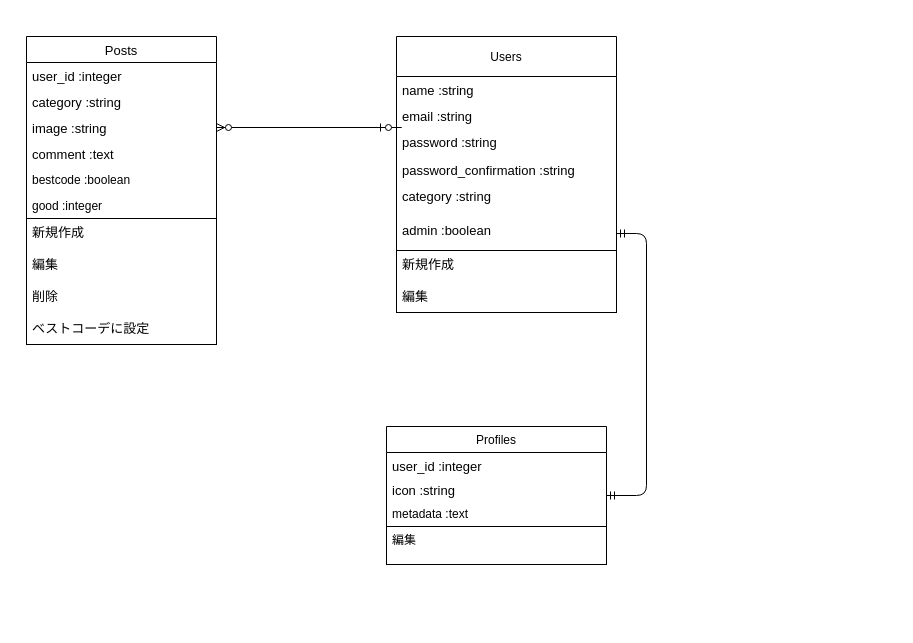
327yuto/fit-wearness keeps this draw.io diagram as class_spec.dio. Above is the earlier version. Source tidied: cells renumbered, new cells numbered last; positions are measured from the earlier drawing's top-left corner, leaving out a move shared by most shapes. Both pictures are drawn from the tidied source at 100%, with x=0, y=0 at pixel (26, 36).
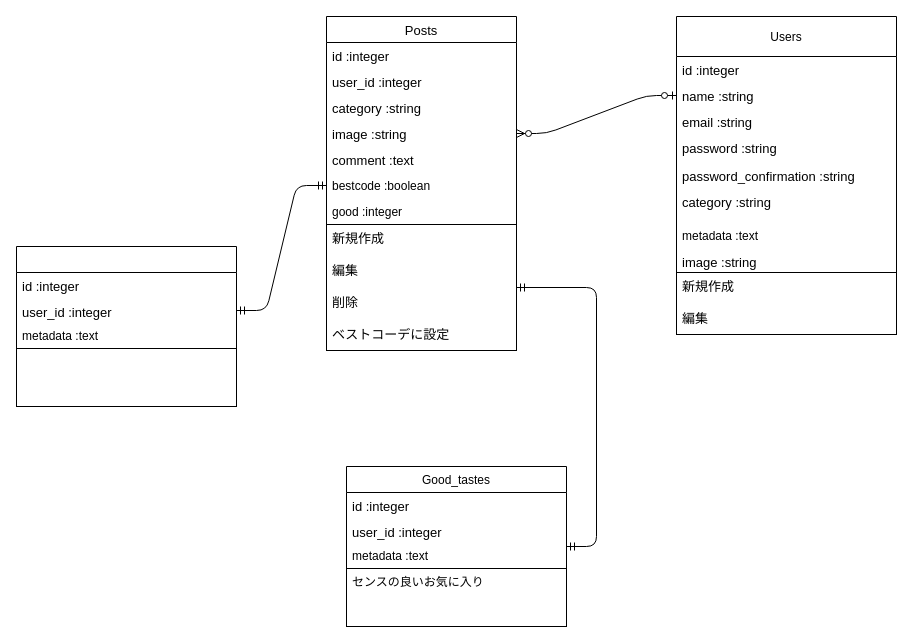
After the change.

Diff of the diagram source:
```diff
@@
     <mxCell id="2" value="Users" style="swimlane;fontStyle=0;horizontal=1;startSize=40;fillColor=none;" parent="1" vertex="1">
-      <mxGeometry x="370" width="220" height="276" as="geometry" />
+      <mxGeometry x="650" y="-20" width="220" height="318" as="geometry" />
     </mxCell>
-    <mxCell id="3" value="name :string &#10;" style="text;strokeColor=none;fillColor=none;align=left;verticalAlign=top;spacingLeft=4;spacingRight=4;overflow=hidden;fontSize=13;" parent="2" vertex="1">
+    <mxCell id="3" value="id :integer" style="text;strokeColor=none;fillColor=none;align=left;verticalAlign=top;spacingLeft=4;spacingRight=4;overflow=hidden;fontSize=13;" parent="2" vertex="1">
       <mxGeometry y="40" width="220" height="26" as="geometry" />
     </mxCell>
+    <mxCell id="25" value="name :string &#10;" style="text;strokeColor=none;fillColor=none;align=left;verticalAlign=top;spacingLeft=4;spacingRight=4;overflow=hidden;points=[[0,0.5],[1,0.5]];portConstraint=eastwest;fontSize=13;" parent="2" vertex="1">
+      <mxGeometry y="66" width="220" height="26" as="geometry" />
+    </mxCell>
     <mxCell id="4" value="email :string" style="text;strokeColor=none;fillColor=none;align=left;verticalAlign=top;spacingLeft=4;spacingRight=4;overflow=hidden;fontSize=13;" parent="2" vertex="1">
-      <mxGeometry y="66" width="220" height="26" as="geometry" />
+      <mxGeometry y="92" width="220" height="26" as="geometry" />
     </mxCell>
     <mxCell id="5" value="password :string" style="text;strokeColor=none;fillColor=none;align=left;verticalAlign=top;spacingLeft=4;spacingRight=4;overflow=hidden;fontSize=13;" parent="2" vertex="1">
-      <mxGeometry y="92" width="220" height="28" as="geometry" />
+      <mxGeometry y="118" width="220" height="28" as="geometry" />
     </mxCell>
     <mxCell id="6" value="password_confirmation :string" style="text;strokeColor=none;fillColor=none;align=left;verticalAlign=top;spacingLeft=4;spacingRight=4;overflow=hidden;fontSize=13;" parent="2" vertex="1">
-      <mxGeometry y="120" width="220" height="26" as="geometry" />
+      <mxGeometry y="146" width="220" height="26" as="geometry" />
     </mxCell>
     <mxCell id="7" value="category :string" style="text;strokeColor=none;fillColor=none;align=left;verticalAlign=top;spacingLeft=4;spacingRight=4;overflow=hidden;fontSize=13;" parent="2" vertex="1">
-      <mxGeometry y="146" width="220" height="34" as="geometry" />
+      <mxGeometry y="172" width="220" height="34" as="geometry" />
     </mxCell>
-    <mxCell id="8" value="admin :boolean" style="text;strokeColor=none;fillColor=none;align=left;verticalAlign=top;spacingLeft=4;spacingRight=4;overflow=hidden;points=[[0,0.5],[1,0.5]];portConstraint=eastwest;fontSize=13;" parent="2" vertex="1">
-      <mxGeometry y="180" width="220" height="34" as="geometry" />
-    </mxCell>
+    <mxCell id="26" value="metadata :text" style="text;strokeColor=none;fillColor=none;align=left;verticalAlign=top;spacingLeft=4;spacingRight=4;overflow=hidden;" parent="2" vertex="1">
+      <mxGeometry y="206" width="220" height="26" as="geometry" />
+    </mxCell>
+    <mxCell id="20" value="image :string" style="text;strokeColor=none;fillColor=none;align=left;verticalAlign=top;spacingLeft=4;spacingRight=4;overflow=hidden;fontSize=13;" parent="2" vertex="1">
+      <mxGeometry y="232" width="220" height="24" as="geometry" />
+    </mxCell>
     <mxCell id="9" value="新規作成&#10;&#10;編集" style="text;strokeColor=default;fillColor=none;align=left;verticalAlign=top;spacingLeft=4;spacingRight=4;overflow=hidden;fontSize=13;" parent="2" vertex="1">
-      <mxGeometry y="214" width="220" height="62" as="geometry" />
+      <mxGeometry y="256" width="220" height="62" as="geometry" />
     </mxCell>
     <mxCell id="10" value="Posts" style="swimlane;fontStyle=0;horizontal=1;startSize=26;fillColor=none;fontSize=13;strokeColor=default;" parent="1" vertex="1">
-      <mxGeometry width="190" height="308" as="geometry" />
+      <mxGeometry x="300" y="-20" width="190" height="334" as="geometry" />
     </mxCell>
-    <mxCell id="11" value="user_id :integer" style="text;strokeColor=none;fillColor=none;align=left;verticalAlign=top;spacingLeft=4;spacingRight=4;overflow=hidden;fontSize=13;" parent="10" vertex="1">
+    <mxCell id="11" value="id :integer" style="text;strokeColor=none;fillColor=none;align=left;verticalAlign=top;spacingLeft=4;spacingRight=4;overflow=hidden;fontSize=13;" parent="10" vertex="1">
       <mxGeometry y="26" width="190" height="26" as="geometry" />
     </mxCell>
+    <mxCell id="27" value="user_id :integer" style="text;strokeColor=none;fillColor=none;align=left;verticalAlign=top;spacingLeft=4;spacingRight=4;overflow=hidden;fontSize=13;" parent="10" vertex="1">
+      <mxGeometry y="52" width="190" height="26" as="geometry" />
+    </mxCell>
     <mxCell id="12" value="category :string  " style="text;strokeColor=none;fillColor=none;align=left;verticalAlign=top;spacingLeft=4;spacingRight=4;overflow=hidden;fontSize=13;" parent="10" vertex="1">
-      <mxGeometry y="52" width="190" height="26" as="geometry" />
+      <mxGeometry y="78" width="190" height="26" as="geometry" />
     </mxCell>
     <mxCell id="13" value="image :string" style="text;strokeColor=none;fillColor=none;align=left;verticalAlign=top;spacingLeft=4;spacingRight=4;overflow=hidden;points=[[0,0.5],[1,0.5]];portConstraint=eastwest;fontSize=13;" parent="10" vertex="1">
-      <mxGeometry y="78" width="190" height="26" as="geometry" />
+      <mxGeometry y="104" width="190" height="26" as="geometry" />
     </mxCell>
     <mxCell id="14" value="comment :text" style="text;strokeColor=none;fillColor=none;align=left;verticalAlign=top;spacingLeft=4;spacingRight=4;overflow=hidden;fontSize=13;" parent="10" vertex="1">
-      <mxGeometry y="104" width="190" height="26" as="geometry" />
+      <mxGeometry y="130" width="190" height="26" as="geometry" />
     </mxCell>
     <mxCell id="15" value="bestcode :boolean" style="text;strokeColor=none;fillColor=none;align=left;verticalAlign=top;spacingLeft=4;spacingRight=4;overflow=hidden;points=[[0,0.5],[1,0.5]];portConstraint=eastwest;" parent="10" vertex="1">
-      <mxGeometry y="130" width="190" height="26" as="geometry" />
+      <mxGeometry y="156" width="190" height="26" as="geometry" />
     </mxCell>
     <mxCell id="16" value="good :integer" style="text;strokeColor=none;fillColor=none;align=left;verticalAlign=top;spacingLeft=4;spacingRight=4;overflow=hidden;" parent="10" vertex="1">
-      <mxGeometry y="156" width="190" height="26" as="geometry" />
+      <mxGeometry y="182" width="190" height="26" as="geometry" />
     </mxCell>
     <mxCell id="17" value="新規作成&#10;&#10;編集&#10;&#10;削除&#10;&#10;ベストコーデに設定" style="text;strokeColor=default;fillColor=none;align=left;verticalAlign=top;spacingLeft=4;spacingRight=4;overflow=hidden;points=[[0,0.5],[1,0.5]];portConstraint=eastwest;fontSize=13;" parent="10" vertex="1">
-      <mxGeometry y="182" width="190" height="126" as="geometry" />
+      <mxGeometry y="208" width="190" height="126" as="geometry" />
     </mxCell>
-    <mxCell id="18" value="Profiles" style="swimlane;fontStyle=0;horizontal=1;startSize=26;fillColor=none;" parent="1" vertex="1">
-      <mxGeometry x="360" y="390" width="220" height="138" as="geometry" />
+    <mxCell id="18" value="Good_tastes" style="swimlane;fontStyle=0;horizontal=1;startSize=26;fillColor=none;" parent="1" vertex="1">
+      <mxGeometry x="320" y="430" width="220" height="160" as="geometry" />
     </mxCell>
+    <mxCell id="28" value="id :integer" style="text;strokeColor=none;fillColor=none;align=left;verticalAlign=top;spacingLeft=4;spacingRight=4;overflow=hidden;fontSize=13;" parent="18" vertex="1">
+      <mxGeometry y="26" width="220" height="26" as="geometry" />
+    </mxCell>
     <mxCell id="19" value="user_id :integer" style="text;strokeColor=none;fillColor=none;align=left;verticalAlign=top;spacingLeft=4;spacingRight=4;overflow=hidden;fontSize=13;" parent="18" vertex="1">
-      <mxGeometry y="26" width="220" height="24" as="geometry" />
+      <mxGeometry y="52" width="220" height="24" as="geometry" />
     </mxCell>
-    <mxCell id="20" value="icon :string" style="text;strokeColor=none;fillColor=none;align=left;verticalAlign=top;spacingLeft=4;spacingRight=4;overflow=hidden;fontSize=13;" parent="18" vertex="1">
-      <mxGeometry y="50" width="220" height="24" as="geometry" />
-    </mxCell>
     <mxCell id="21" value="metadata :text" style="text;strokeColor=none;fillColor=none;align=left;verticalAlign=top;spacingLeft=4;spacingRight=4;overflow=hidden;" parent="18" vertex="1">
-      <mxGeometry y="74" width="220" height="26" as="geometry" />
+      <mxGeometry y="76" width="220" height="26" as="geometry" />
     </mxCell>
-    <mxCell id="22" value="編集" style="text;strokeColor=default;fillColor=none;align=left;verticalAlign=top;spacingLeft=4;spacingRight=4;overflow=hidden;" parent="18" vertex="1">
-      <mxGeometry y="100" width="220" height="38" as="geometry" />
+    <mxCell id="22" value="センスの良いお気に入り" style="text;strokeColor=default;fillColor=none;align=left;verticalAlign=top;spacingLeft=4;spacingRight=4;overflow=hidden;" parent="18" vertex="1">
+      <mxGeometry y="102" width="220" height="58" as="geometry" />
     </mxCell>
-    <mxCell id="23" style="edgeStyle=entityRelationEdgeStyle;fontSize=12;html=1;endArrow=ERzeroToMany;startArrow=ERzeroToOne;entryX=1;entryY=0.5;entryDx=0;entryDy=0;" parent="1" edge="1" target="13">
-      <mxGeometry relative="1" as="geometry">
-        <mxPoint x="350" y="91" as="sourcePoint" />
-      </mxGeometry>
+    <mxCell id="23" style="edgeStyle=entityRelationEdgeStyle;fontSize=12;html=1;endArrow=ERzeroToMany;startArrow=ERzeroToOne;entryX=1;entryY=0.5;entryDx=0;entryDy=0;exitX=0;exitY=0.5;exitDx=0;exitDy=0;" parent="1" edge="1" source="25" target="13">
+      <mxGeometry relative="1" as="geometry" />
     </mxCell>
-    <mxCell id="24" style="edgeStyle=entityRelationEdgeStyle;fontSize=12;html=1;endArrow=ERmandOne;startArrow=ERmandOne;" parent="1" edge="1" source="18" target="8">
+    <mxCell id="24" style="edgeStyle=entityRelationEdgeStyle;fontSize=12;html=1;endArrow=ERmandOne;startArrow=ERmandOne;" parent="1" edge="1" source="18" target="17">
       <mxGeometry relative="1" as="geometry" />
     </mxCell>
+    <mxCell id="29" style="swimlane;fontStyle=0;horizontal=1;startSize=26;fillColor=none;" parent="1" vertex="1">
+      <mxGeometry x="-10" y="210" width="220" height="160" as="geometry" />
+    </mxCell>
+    <mxCell id="30" value="id :integer" style="text;strokeColor=none;fillColor=none;align=left;verticalAlign=top;spacingLeft=4;spacingRight=4;overflow=hidden;fontSize=13;" parent="29" vertex="1">
+      <mxGeometry y="26" width="220" height="26" as="geometry" />
+    </mxCell>
+    <mxCell id="31" value="user_id :integer" style="text;strokeColor=none;fillColor=none;align=left;verticalAlign=top;spacingLeft=4;spacingRight=4;overflow=hidden;points=[[0,0.5],[1,0.5]];portConstraint=eastwest;fontSize=13;" parent="29" vertex="1">
+      <mxGeometry y="52" width="220" height="24" as="geometry" />
+    </mxCell>
+    <mxCell id="32" value="metadata :text" style="text;strokeColor=none;fillColor=none;align=left;verticalAlign=top;spacingLeft=4;spacingRight=4;overflow=hidden;" parent="29" vertex="1">
+      <mxGeometry y="76" width="220" height="26" as="geometry" />
+    </mxCell>
+    <mxCell id="33" style="text;strokeColor=default;fillColor=none;align=left;verticalAlign=top;spacingLeft=4;spacingRight=4;overflow=hidden;" parent="29" vertex="1">
+      <mxGeometry y="102" width="220" height="58" as="geometry" />
+    </mxCell>
+    <mxCell id="34" style="edgeStyle=entityRelationEdgeStyle;fontSize=12;html=1;endArrow=ERmandOne;startArrow=ERmandOne;entryX=0;entryY=0.5;entryDx=0;entryDy=0;" parent="1" edge="1" source="31" target="15">
+      <mxGeometry relative="1" as="geometry" />
+    </mxCell>
```
